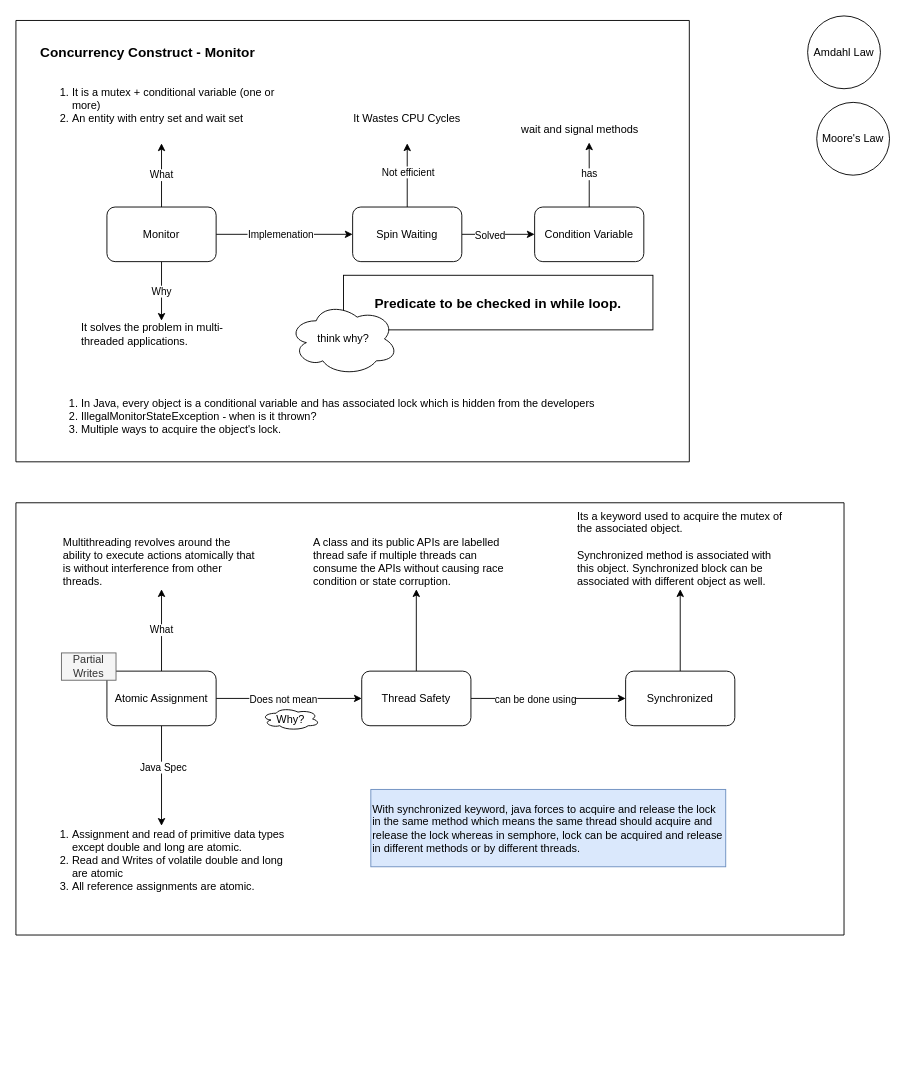
This is multithreading-java.drawio from balaprojects/graphical_notes, a draw.io file, before an edit. Source tidied: cells renumbered, new cells numbered last; positions are measured from the earlier drawing's top-left corner, leaving out a move shared by most shapes. Both pictures are drawn from the tidied source at 91%, with x=0, y=0 at pixel (15, 15).
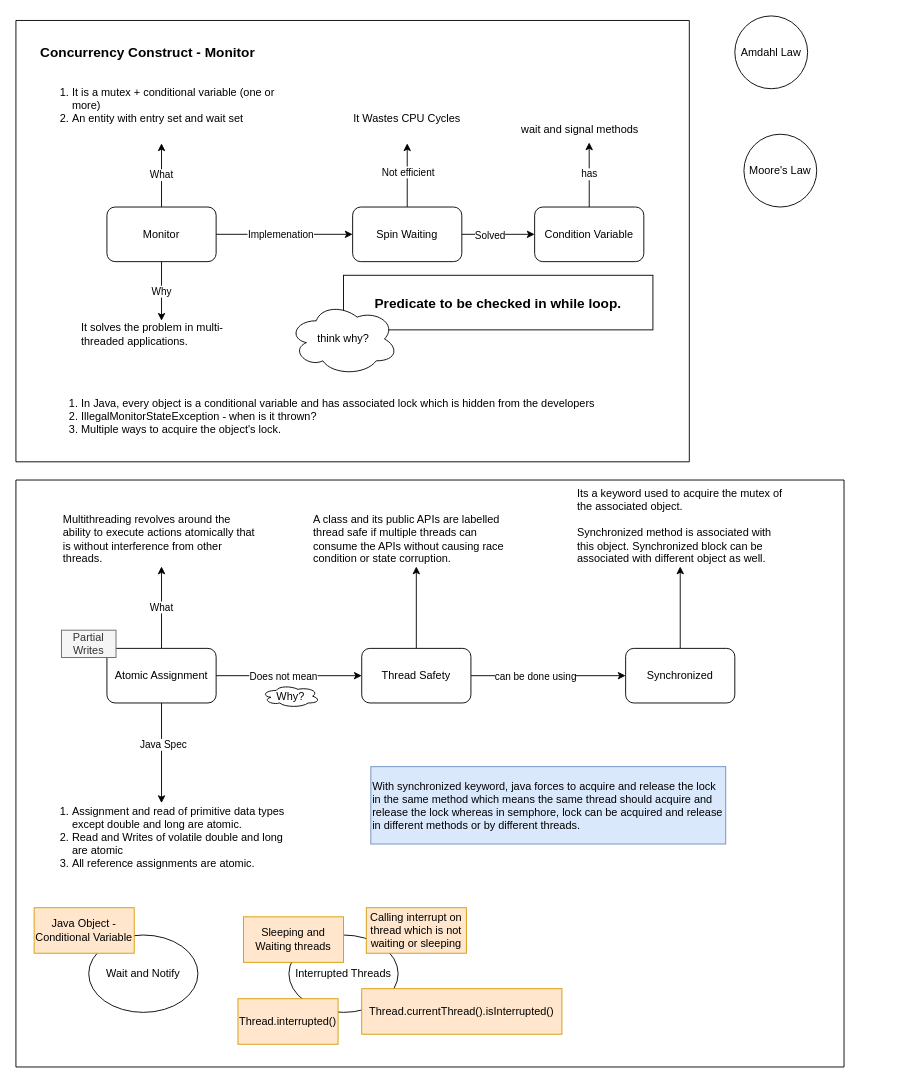
After the change.

The edit, as a diff of the source:
```diff
@@
     <mxCell id="23" value="Amdahl Law" style="ellipse;whiteSpace=wrap;html=1;" parent="1" vertex="1">
-      <mxGeometry x="870" width="80" height="80" as="geometry" />
+      <mxGeometry x="790" width="80" height="80" as="geometry" />
     </mxCell>
     <mxCell id="24" value="Moore's Law" style="ellipse;whiteSpace=wrap;html=1;" parent="1" vertex="1">
-      <mxGeometry x="880" y="95" width="80" height="80" as="geometry" />
+      <mxGeometry x="800" y="130" width="80" height="80" as="geometry" />
     </mxCell>
     <mxCell id="25" style="swimlane;startSize=0;" parent="1" vertex="1">
-      <mxGeometry y="535" width="910" height="475" as="geometry" />
+      <mxGeometry y="510" width="910" height="645" as="geometry" />
     </mxCell>
@@
+    <mxCell id="45" value="Wait and Notify" style="ellipse;whiteSpace=wrap;html=1;" parent="25" vertex="1">
+      <mxGeometry x="80" y="500" width="120" height="85" as="geometry" />
+    </mxCell>
+    <mxCell id="46" value="Java Object - Conditional Variable" style="text;html=1;align=center;verticalAlign=middle;whiteSpace=wrap;rounded=0;fillColor=#ffe6cc;strokeColor=#d79b00;" parent="25" vertex="1">
+      <mxGeometry x="20" y="470" width="110" height="50" as="geometry" />
+    </mxCell>
+    <mxCell id="47" value="Interrupted Threads" style="ellipse;whiteSpace=wrap;html=1;" parent="25" vertex="1">
+      <mxGeometry x="300" y="500" width="120" height="85" as="geometry" />
+    </mxCell>
+    <mxCell id="48" value="Sleeping and Waiting threads" style="text;html=1;align=center;verticalAlign=middle;whiteSpace=wrap;rounded=0;fillColor=#ffe6cc;strokeColor=#d79b00;" parent="25" vertex="1">
+      <mxGeometry x="250" y="480" width="110" height="50" as="geometry" />
+    </mxCell>
+    <mxCell id="49" value="Thread.interrupted()" style="text;html=1;align=center;verticalAlign=middle;whiteSpace=wrap;rounded=0;fillColor=#ffe6cc;strokeColor=#d79b00;" parent="25" vertex="1">
+      <mxGeometry x="244" y="570" width="110" height="50" as="geometry" />
+    </mxCell>
+    <mxCell id="50" value="Thread.currentThread().isInterrupted()" style="text;html=1;align=center;verticalAlign=middle;whiteSpace=wrap;rounded=0;fillColor=#ffe6cc;strokeColor=#d79b00;" parent="25" vertex="1">
+      <mxGeometry x="380" y="559" width="220" height="50" as="geometry" />
+    </mxCell>
+    <mxCell id="51" value="Calling interrupt on thread which is not waiting or sleeping" style="text;html=1;align=center;verticalAlign=middle;whiteSpace=wrap;rounded=0;fillColor=#ffe6cc;strokeColor=#d79b00;" parent="25" vertex="1">
+      <mxGeometry x="385" y="470" width="110" height="50" as="geometry" />
+    </mxCell>
```
